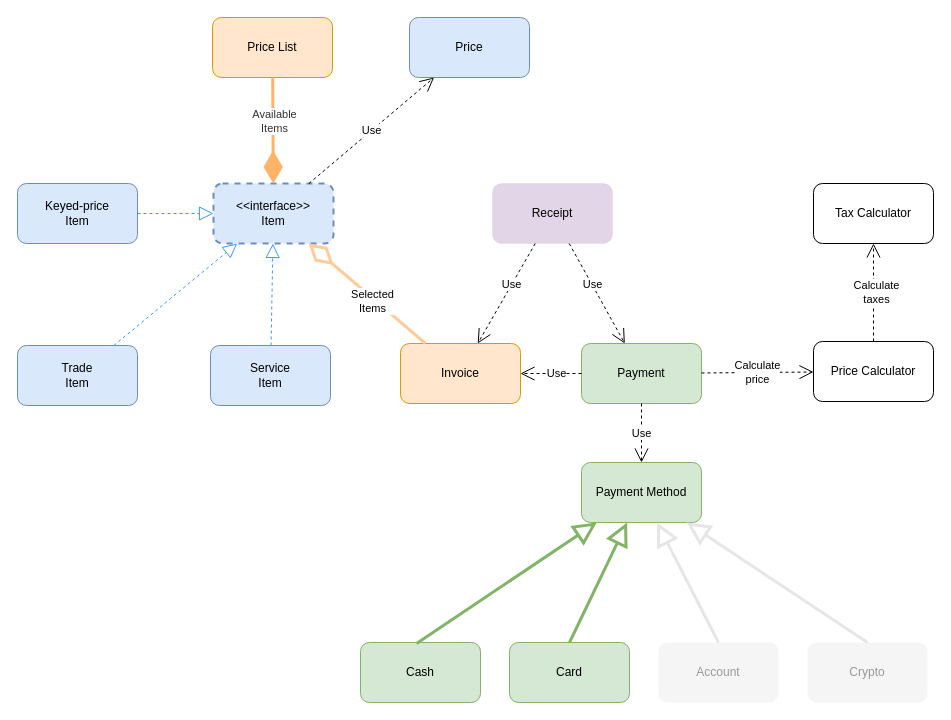
369neri/PortculisPOS keeps this draw.io diagram as Portculis Cashier.drawio. Above is the earlier version. Source tidied: cells renumbered, new cells numbered last; positions are measured from the earlier drawing's top-left corner, leaving out a move shared by most shapes. Both pictures are drawn from the tidied source at 100%, with x=0, y=0 at pixel (17, 17).
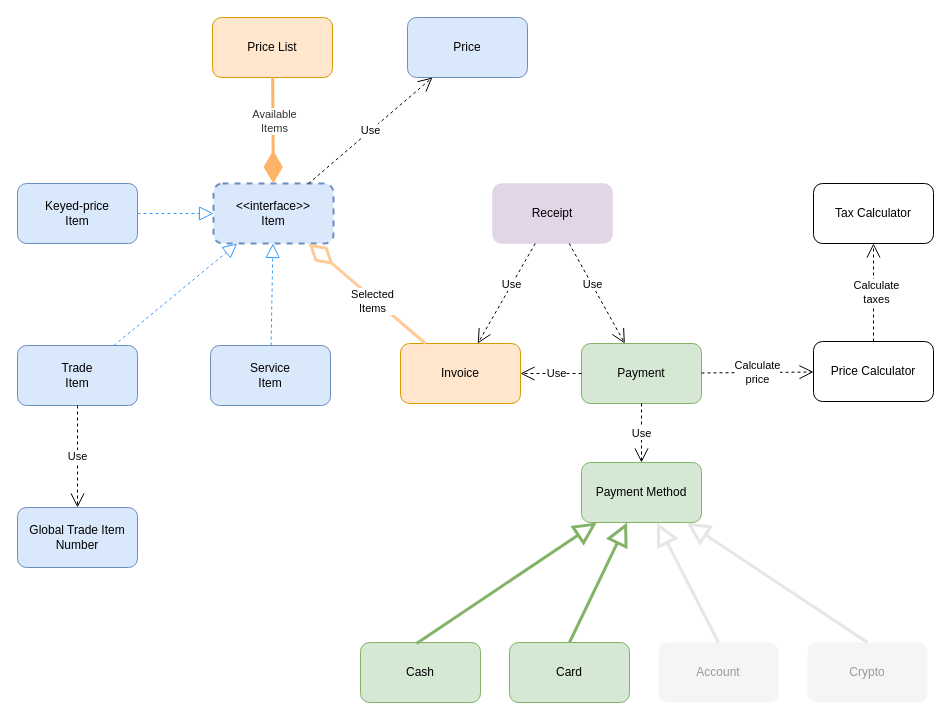
The same page after the edit.

The change refers to these unchanged cells:
```xml
<mxCell id="11" value="Trade&lt;br&gt;Item" style="rounded=1;whiteSpace=wrap;html=1;fillColor=#dae8fc;strokeColor=#6c8ebf;" parent="1" vertex="1">
  <mxGeometry y="328" width="120" height="60" as="geometry" />
</mxCell>
```

Diff of the diagram source:
```diff
@@
     <mxCell id="34" value="Price" style="rounded=1;whiteSpace=wrap;html=1;fillColor=#dae8fc;strokeColor=#6c8ebf;" parent="1" vertex="1">
-      <mxGeometry x="392" width="120" height="60" as="geometry" />
+      <mxGeometry x="390" width="120" height="60" as="geometry" />
     </mxCell>
@@
+    <mxCell id="36" value="Global Trade Item Number" style="rounded=1;whiteSpace=wrap;html=1;fillColor=#dae8fc;strokeColor=#6c8ebf;" parent="1" vertex="1">
+      <mxGeometry y="490" width="120" height="60" as="geometry" />
+    </mxCell>
+    <mxCell id="37" value="Use" style="endArrow=open;endSize=12;dashed=1;html=1;rounded=0;" parent="1" edge="1" source="11" target="36">
+      <mxGeometry relative="1" as="geometry" />
+    </mxCell>
```
